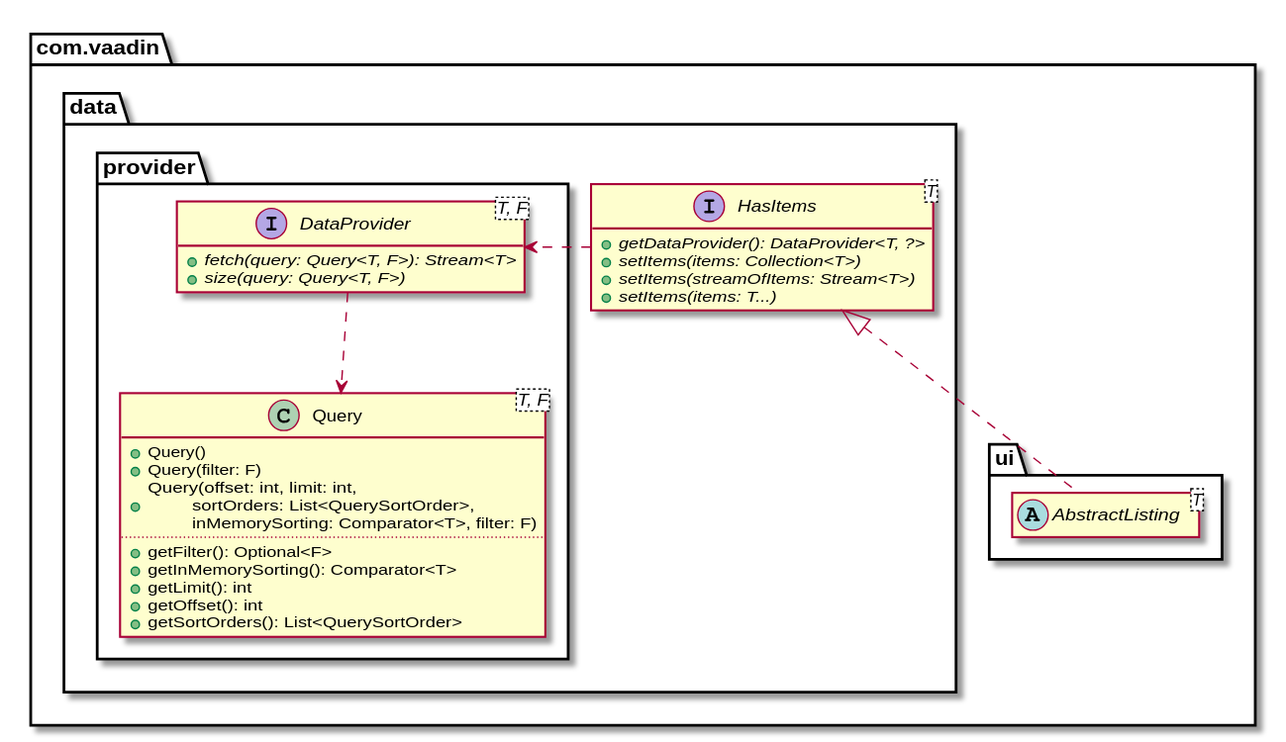
The PlantUML diagram images/hasitems.svg in formations/vaadin-foundations, before a commit.
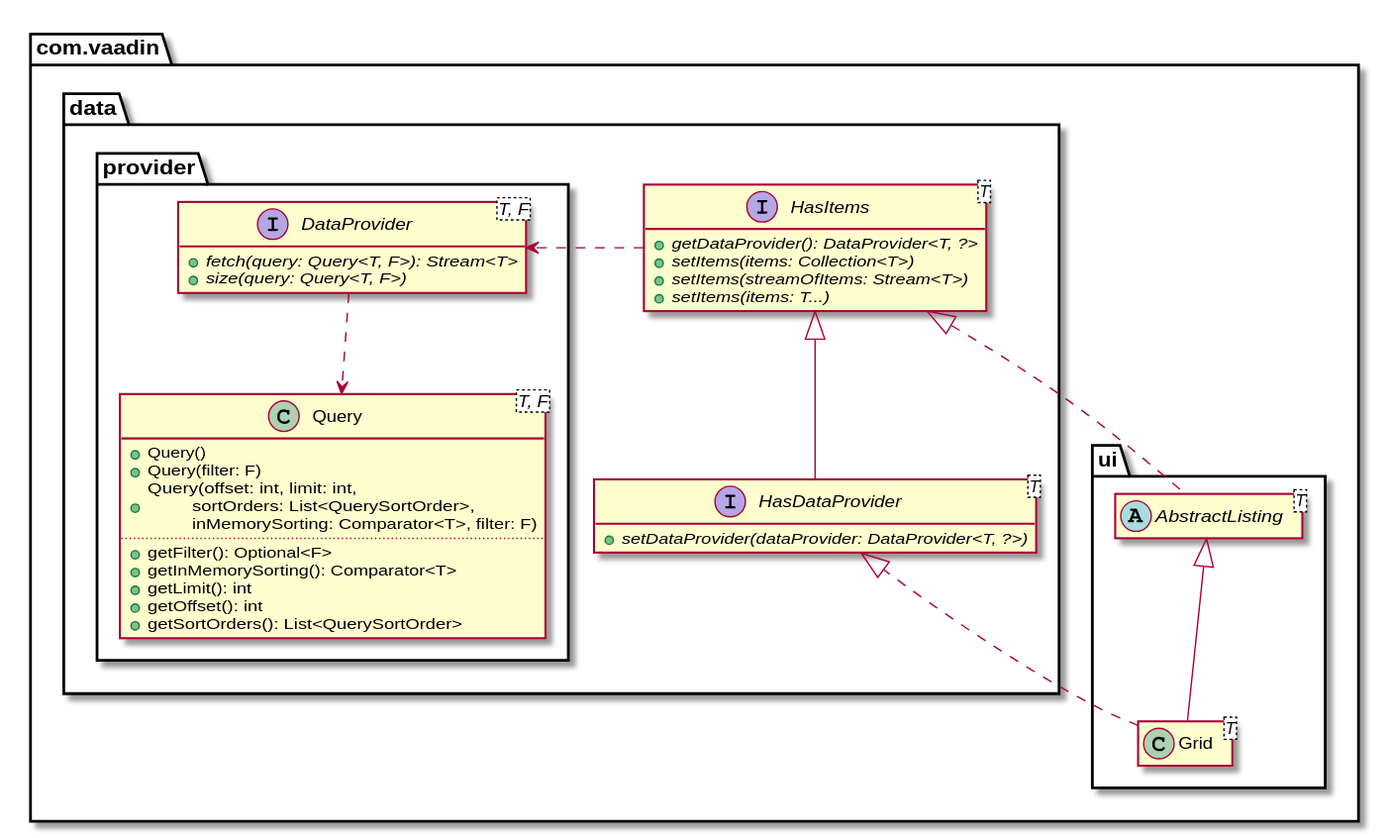
Later version of the same file.

Commit message:
Add Navigator, Data Provider and Grid sections

What changed in the source:
```diff
@@ -6,6 +6,9 @@
    + {abstract} setItems(items: Collection<T>)
    + {abstract} setItems(streamOfItems: Stream<T>)
    + {abstract} setItems(items: T...)
+  }
+  interface HasDataProvider<T> {
+   + {abstract} setDataProvider(dataProvider: DataProvider<T, ?>)
   }
   package "provider" {
    interface DataProvider<T, F> {
@@ -26,13 +29,17 @@
   }
  }
  package "ui" {
-  abstract AbstractListing<T>
+  abstract class AbstractListing<T>
+  class Grid<T>
  }
 }
 
 HasItems .right.> DataProvider
 DataProvider ..> Query
 AbstractListing .up.|> HasItems
+HasDataProvider -up-|> HasItems
+Grid -up-|> AbstractListing
+Grid ..|> HasDataProvider
 
 hide empty attributes
 hide empty methods
```
